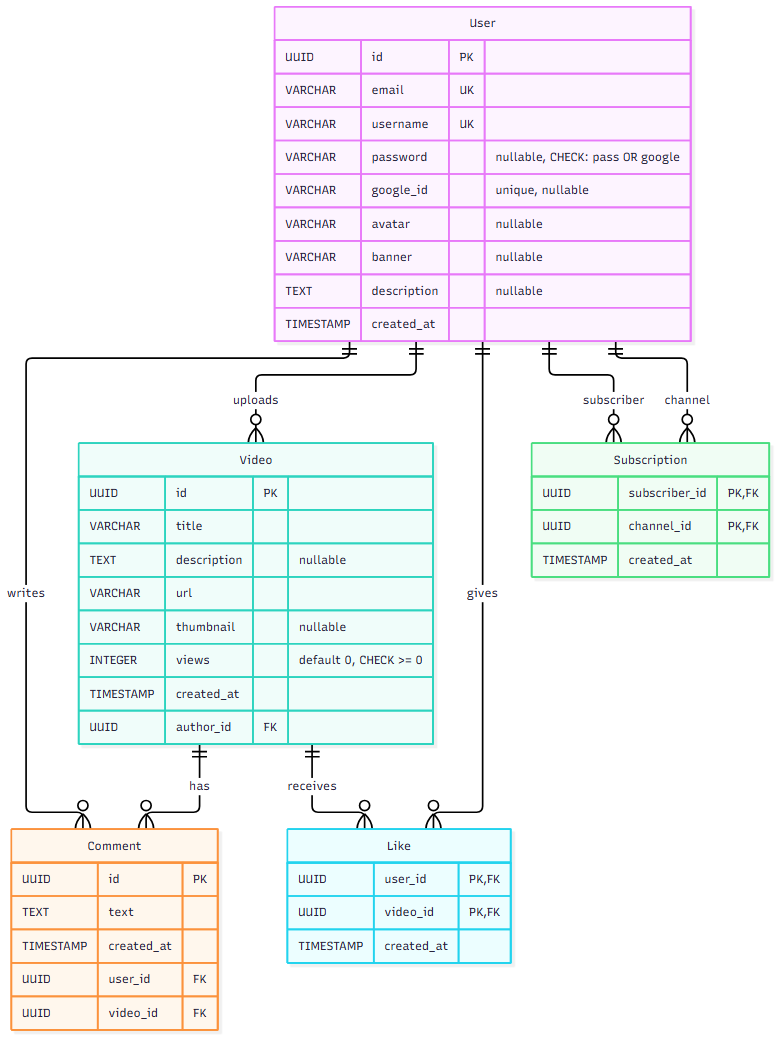
Earlier version of the Mermaid export MyWork/Lab_2/screenshots/er_schema_new.png (ezpectus/db-labs). Its source is kept beside it as MyWork/Lab_2/er_schema_new.mmd.
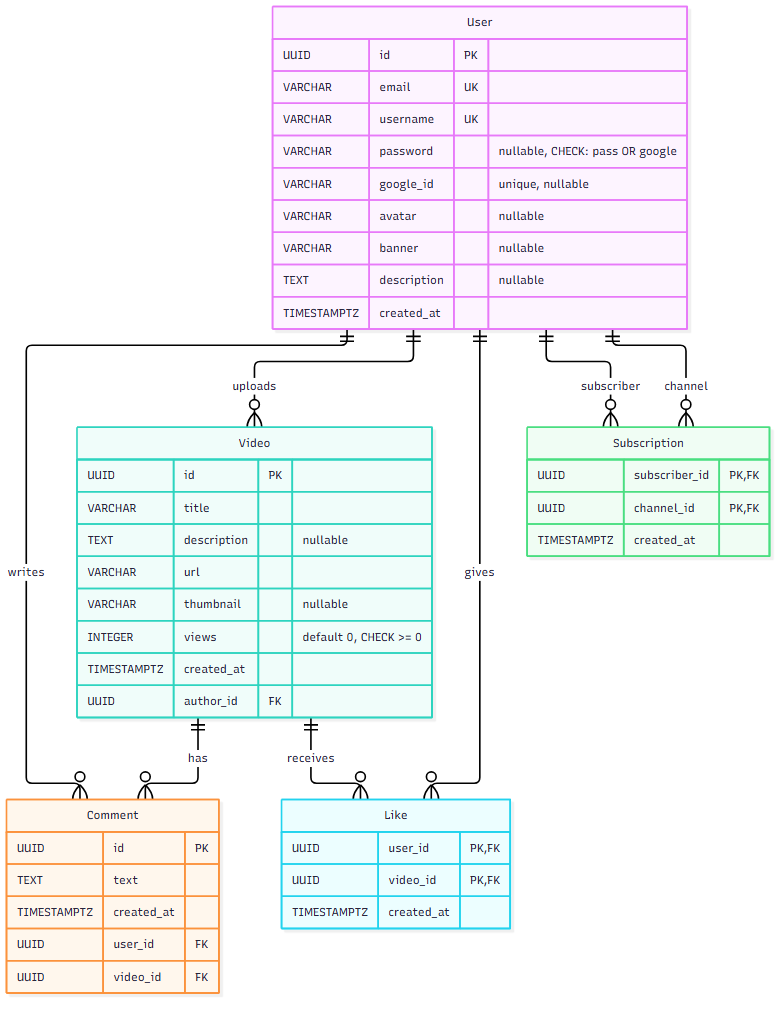
Above is the later version.

Commit message:
lab2: timestamptz in new schema diagram

What changed in the source:
```diff
@@ -16,7 +16,7 @@
         VARCHAR avatar "nullable"
         VARCHAR banner "nullable"
         TEXT description "nullable"
-        TIMESTAMP created_at
+        TIMESTAMPTZ created_at
     }
 
     Video {
@@ -26,14 +26,14 @@
         VARCHAR url
         VARCHAR thumbnail "nullable"
         INTEGER views "default 0, CHECK >= 0"
-        TIMESTAMP created_at
+        TIMESTAMPTZ created_at
         UUID author_id FK
     }
 
     Comment {
         UUID id PK
         TEXT text
-        TIMESTAMP created_at
+        TIMESTAMPTZ created_at
         UUID user_id FK
         UUID video_id FK
     }
@@ -41,11 +41,11 @@
     Like {
         UUID user_id PK, FK
         UUID video_id PK, FK
-        TIMESTAMP created_at
+        TIMESTAMPTZ created_at
     }
 
     Subscription {
         UUID subscriber_id PK, FK
         UUID channel_id PK, FK
-        TIMESTAMP created_at
+        TIMESTAMPTZ created_at
     }
```
